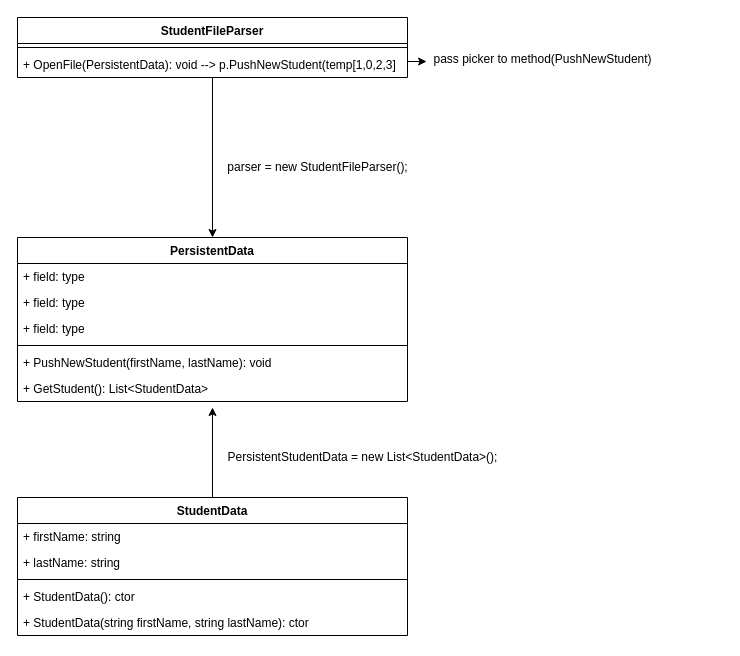
Above: page "Class Diagram" (5 of 5) of Project_Plan.drawio in pleycothh/Csharp_Learning_Note (draw.io), before the change. Source tidied: cells renumbered, new cells numbered last; positions are measured from the earlier drawing's top-left corner, leaving out a move shared by most shapes. Both pictures are drawn from the tidied source at 100%, with x=0, y=0 at pixel (17, 17).
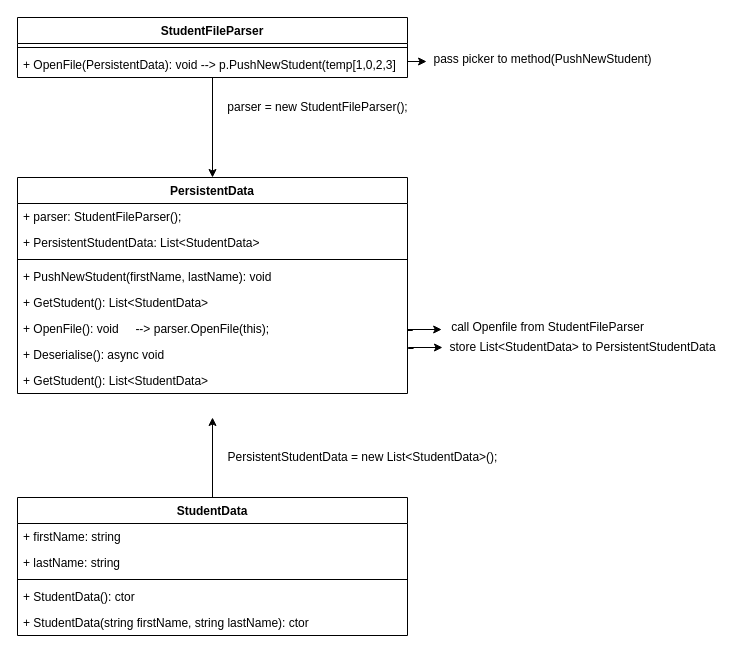
Above is the later version.

Unchanged cells that the change refers to:
```xml
<mxCell id="15" value="StudentData" style="swimlane;fontStyle=1;align=center;verticalAlign=top;horizontal=1;startSize=26;" parent="1" vertex="1">
  <mxGeometry y="480" width="390" height="138" as="geometry" />
</mxCell>
```

What changed in the source:
```diff
@@
     <mxCell id="6" value="PersistentData" style="swimlane;fontStyle=1;align=center;verticalAlign=top;horizontal=1;startSize=26;" parent="1" vertex="1">
-      <mxGeometry y="220" width="390" height="164" as="geometry" />
+      <mxGeometry y="160" width="390" height="216" as="geometry" />
     </mxCell>
-    <mxCell id="7" value="+ field: type" style="text;strokeColor=none;fillColor=none;align=left;verticalAlign=top;spacingLeft=4;spacingRight=4;overflow=hidden;" parent="6" vertex="1">
-      <mxGeometry y="26" width="390" height="26" as="geometry" />
-    </mxCell>
-    <mxCell id="8" value="+ field: type" style="text;strokeColor=none;fillColor=none;align=left;verticalAlign=top;spacingLeft=4;spacingRight=4;overflow=hidden;" parent="6" vertex="1">
-      <mxGeometry y="52" width="390" height="26" as="geometry" />
+    <mxCell id="8" value="+ parser: StudentFileParser();" style="text;strokeColor=none;fillColor=none;align=left;verticalAlign=top;spacingLeft=4;spacingRight=4;overflow=hidden;" parent="6" vertex="1">
+      <mxGeometry y="26" width="390" height="26" as="geometry" />
     </mxCell>
-    <mxCell id="9" value="+ field: type" style="text;strokeColor=none;fillColor=none;align=left;verticalAlign=top;spacingLeft=4;spacingRight=4;overflow=hidden;" parent="6" vertex="1">
-      <mxGeometry y="78" width="390" height="26" as="geometry" />
+    <mxCell id="9" value="+ PersistentStudentData: List&lt;StudentData&gt;" style="text;strokeColor=none;fillColor=none;align=left;verticalAlign=top;spacingLeft=4;spacingRight=4;overflow=hidden;" parent="6" vertex="1">
+      <mxGeometry y="52" width="390" height="26" as="geometry" />
     </mxCell>
     <mxCell id="10" style="line;strokeWidth=1;fillColor=none;align=left;verticalAlign=middle;spacingTop=-1;spacingLeft=3;spacingRight=3;labelPosition=right;" parent="6" vertex="1">
-      <mxGeometry y="104" width="390" height="8" as="geometry" />
+      <mxGeometry y="78" width="390" height="8" as="geometry" />
     </mxCell>
     <mxCell id="11" value="+ PushNewStudent(firstName, lastName): void" style="text;strokeColor=none;fillColor=none;align=left;verticalAlign=top;spacingLeft=4;spacingRight=4;overflow=hidden;" parent="6" vertex="1">
-      <mxGeometry y="112" width="390" height="26" as="geometry" />
+      <mxGeometry y="86" width="390" height="26" as="geometry" />
     </mxCell>
     <mxCell id="12" value="+ GetStudent(): List&lt;StudentData&gt;" style="text;strokeColor=none;fillColor=none;align=left;verticalAlign=top;spacingLeft=4;spacingRight=4;overflow=hidden;" parent="6" vertex="1">
-      <mxGeometry y="138" width="390" height="26" as="geometry" />
+      <mxGeometry y="112" width="390" height="26" as="geometry" />
     </mxCell>
+    <mxCell id="24" value="+ OpenFile(): void     --&gt; parser.OpenFile(this); " style="text;strokeColor=none;fillColor=none;align=left;verticalAlign=top;spacingLeft=4;spacingRight=4;overflow=hidden;" parent="6" vertex="1">
+      <mxGeometry y="138" width="390" height="26" as="geometry" />
+    </mxCell>
+    <mxCell id="25" value="+ Deserialise(): async void " style="text;strokeColor=none;fillColor=none;align=left;verticalAlign=top;spacingLeft=4;spacingRight=4;overflow=hidden;" parent="6" vertex="1">
+      <mxGeometry y="164" width="390" height="26" as="geometry" />
+    </mxCell>
+    <mxCell id="26" value="+ GetStudent(): List&lt;StudentData&gt;" style="text;strokeColor=none;fillColor=none;align=left;verticalAlign=top;spacingLeft=4;spacingRight=4;overflow=hidden;" parent="6" vertex="1">
+      <mxGeometry y="190" width="390" height="26" as="geometry" />
+    </mxCell>
     <mxCell id="13" value="parser = new StudentFileParser();" style="text;html=1;align=center;verticalAlign=middle;strokeColor=none;fillColor=none;" parent="1" vertex="1">
-      <mxGeometry x="200" y="140" width="200" height="20" as="geometry" />
+      <mxGeometry x="200" y="80" width="200" height="20" as="geometry" />
     </mxCell>
     <mxCell id="14" style="edgeStyle=orthogonalEdgeStyle;rounded=0;jettySize=auto;html=1;" parent="1" edge="1" source="15">
       <mxGeometry relative="1" as="geometry">
-        <mxPoint x="195" y="390" as="targetPoint" />
+        <mxPoint x="195" y="400" as="targetPoint" />
       </mxGeometry>
     </mxCell>
@@
+    <mxCell id="27" value="call Openfile from StudentFileParser" style="text;html=1;align=center;verticalAlign=middle;points=[];strokeColor=none;fillColor=none;" parent="1" vertex="1">
+      <mxGeometry x="425" y="300" width="210" height="20" as="geometry" />
+    </mxCell>
+    <mxCell id="28" style="edgeStyle=orthogonalEdgeStyle;rounded=0;jettySize=auto;html=1;entryX=-0.004;entryY=0.6;entryDx=0;entryDy=0;entryPerimeter=0;" parent="1" edge="1" target="27">
+      <mxGeometry relative="1" as="geometry">
+        <mxPoint x="395" y="312" as="sourcePoint" />
+        <Array as="points">
+          <mxPoint x="395" y="313" />
+          <mxPoint x="390" y="313" />
+          <mxPoint x="390" y="312" />
+        </Array>
+      </mxGeometry>
+    </mxCell>
+    <mxCell id="29" style="edgeStyle=orthogonalEdgeStyle;rounded=0;orthogonalLoop=1;jettySize=auto;html=1;entryX=-0.004;entryY=0.6;entryDx=0;entryDy=0;entryPerimeter=0;" parent="1" edge="1">
+      <mxGeometry relative="1" as="geometry">
+        <mxPoint x="395.8" y="330" as="sourcePoint" />
+        <mxPoint x="425" y="330" as="targetPoint" />
+        <Array as="points">
+          <mxPoint x="395.8" y="331" />
+          <mxPoint x="390.8" y="331" />
+          <mxPoint x="390.8" y="330" />
+        </Array>
+      </mxGeometry>
+    </mxCell>
+    <mxCell id="30" value="store List&amp;lt;StudentData&amp;gt; to PersistentStudentData" style="text;html=1;align=center;verticalAlign=middle;strokeColor=none;fillColor=none;" parent="1" vertex="1">
+      <mxGeometry x="425" y="320" width="280" height="20" as="geometry" />
+    </mxCell>
```
